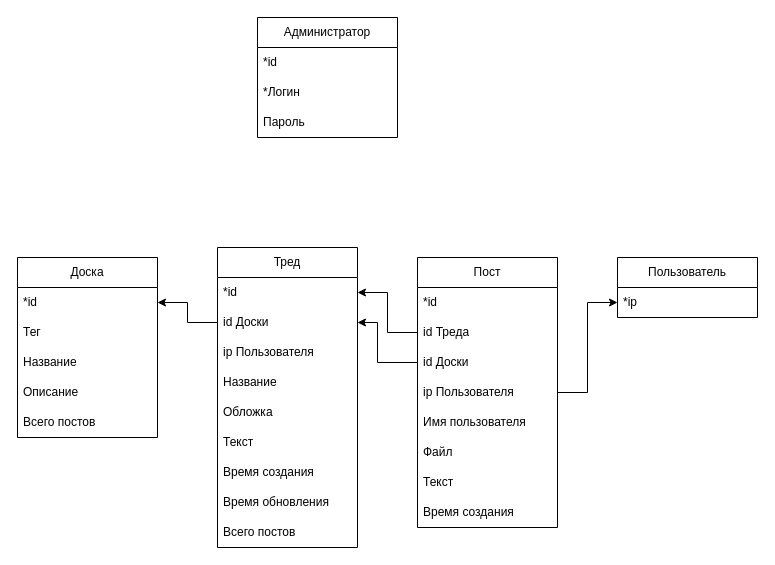
The draw.io diagram relational.drawio in Urvatov/openchan-django, before the edit. Source tidied: cells renumbered, new cells numbered last; positions are measured from the earlier drawing's top-left corner, leaving out a move shared by most shapes. Both pictures are drawn from the tidied source at 100%, with x=0, y=0 at pixel (17, 17).
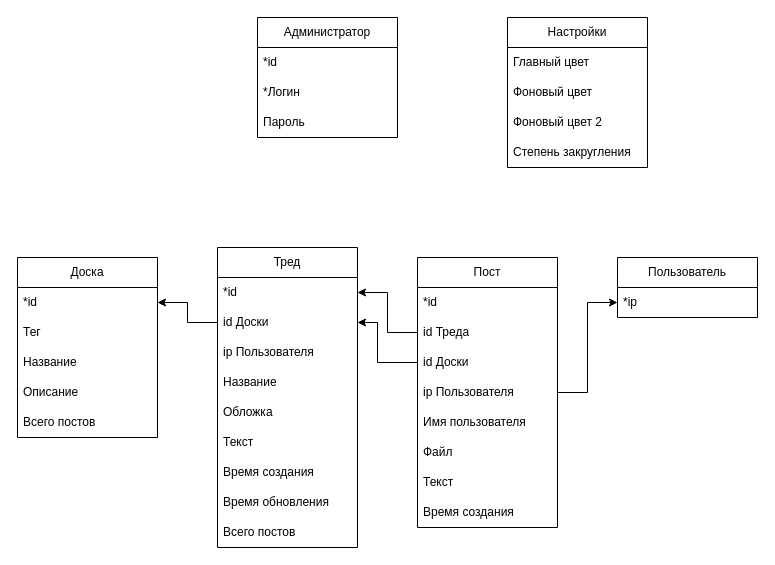
After the change.

The edit, as a diff of the source:
```diff
@@
+    <mxCell id="37" value="Настройки" style="swimlane;fontStyle=0;horizontal=1;startSize=30;whiteSpace=wrap;html=1;" parent="1" vertex="1">
+      <mxGeometry x="490" width="140" height="150" as="geometry" />
+    </mxCell>
+    <mxCell id="38" value="Главный цвет" style="text;strokeColor=none;fillColor=none;align=left;verticalAlign=middle;spacingLeft=4;spacingRight=4;overflow=hidden;whiteSpace=wrap;html=1;" parent="37" vertex="1">
+      <mxGeometry y="30" width="140" height="30" as="geometry" />
+    </mxCell>
+    <mxCell id="39" value="Фоновый цвет" style="text;strokeColor=none;fillColor=none;align=left;verticalAlign=middle;spacingLeft=4;spacingRight=4;overflow=hidden;whiteSpace=wrap;html=1;" parent="37" vertex="1">
+      <mxGeometry y="60" width="140" height="30" as="geometry" />
+    </mxCell>
+    <mxCell id="40" value="Фоновый цвет 2" style="text;strokeColor=none;fillColor=none;align=left;verticalAlign=middle;spacingLeft=4;spacingRight=4;overflow=hidden;whiteSpace=wrap;html=1;" parent="37" vertex="1">
+      <mxGeometry y="90" width="140" height="30" as="geometry" />
+    </mxCell>
+    <mxCell id="41" value="Степень закругления" style="text;strokeColor=none;fillColor=none;align=left;verticalAlign=middle;spacingLeft=4;spacingRight=4;overflow=hidden;whiteSpace=wrap;html=1;" parent="37" vertex="1">
+      <mxGeometry y="120" width="140" height="30" as="geometry" />
+    </mxCell>
```
